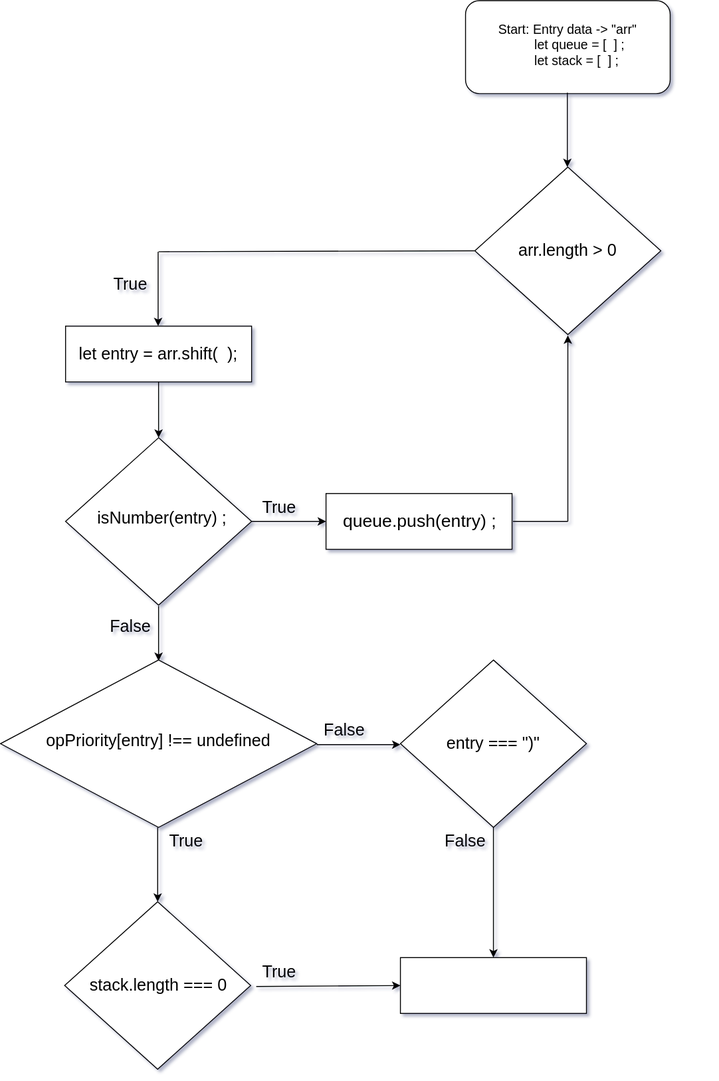
Above: Untitled Diagram.drawio.svg in jcgm3205/jcgm3205 (draw.io), before the change. Source tidied: cells renumbered, new cells last; positions are measured from the earlier drawing's top-left corner, leaving out a move shared by most shapes.
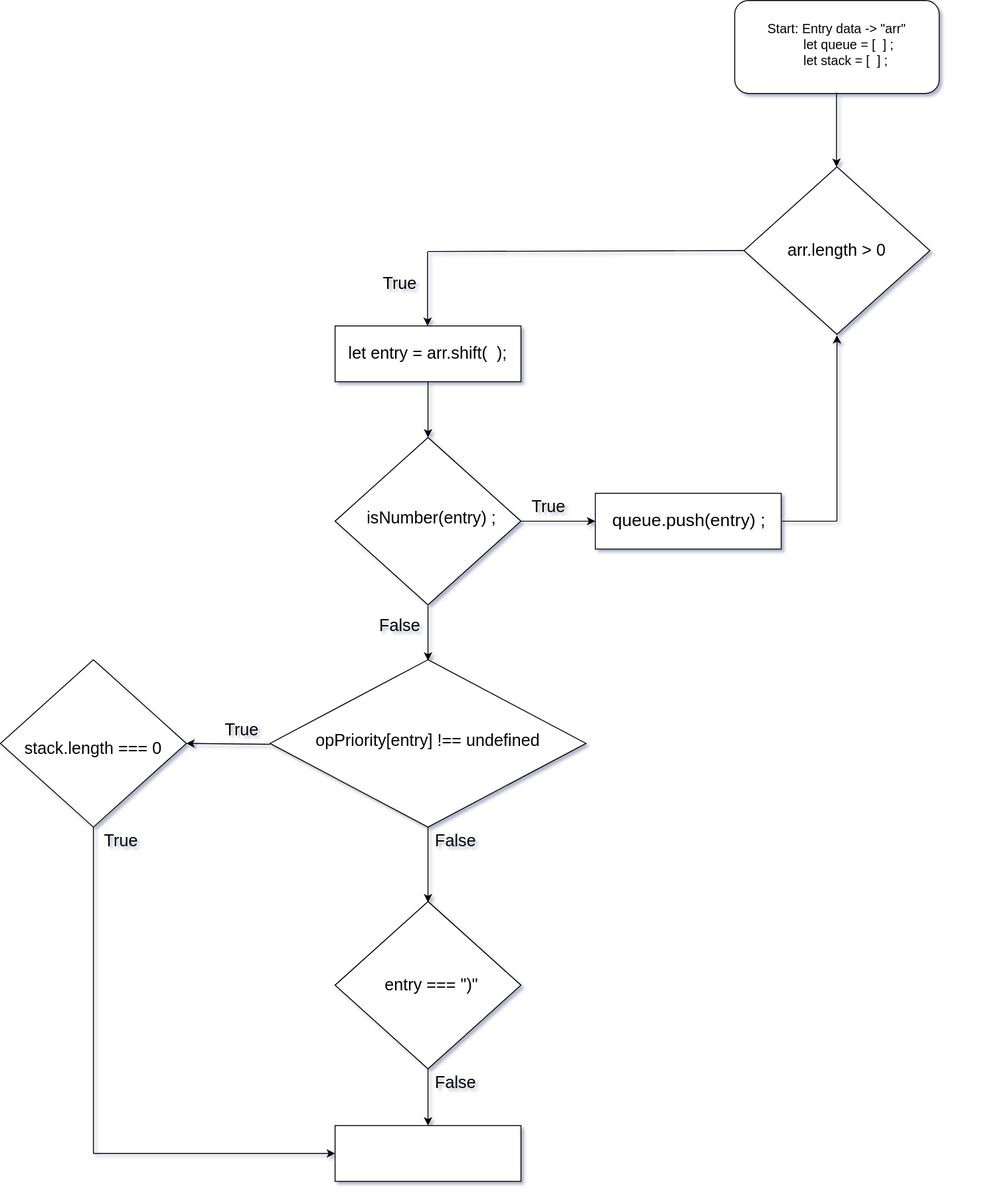
Above is the later version.

What changed in the source:
```diff
@@ -56,14 +56,13 @@
     <mxCell id="16" value="opPriority[entry] !== undefined" style="text;html=1;strokeColor=none;fillColor=none;align=center;verticalAlign=middle;whiteSpace=wrap;rounded=0;fontSize=18;" parent="1" vertex="1">
       <mxGeometry x="40" y="756" width="260" height="80" as="geometry" />
     </mxCell>
-    <mxCell id="17" style="endArrow=classic;html=1;rounded=0;fontSize=18;" parent="1" edge="1">
+    <mxCell id="17" style="endArrow=classic;html=1;rounded=0;fontSize=18;entryX=1;entryY=0.5;entryDx=0;entryDy=0;" parent="1" edge="1" target="18">
       <mxGeometry relative="1" as="geometry">
-        <mxPoint x="169" y="889" as="sourcePoint" />
-        <mxPoint x="169" y="969" as="targetPoint" />
+        <mxPoint y="800" as="sourcePoint" />
       </mxGeometry>
     </mxCell>
     <mxCell id="18" style="rhombus;whiteSpace=wrap;html=1;fontSize=14;" parent="1" vertex="1">
-      <mxGeometry x="69" y="969" width="200" height="180" as="geometry" />
+      <mxGeometry x="-290" y="709" width="200" height="180" as="geometry" />
     </mxCell>
     <mxCell id="19" style="endArrow=none;html=1;rounded=0;exitX=0;exitY=0.5;exitDx=0;exitDy=0;" parent="1" edge="1" source="5">
       <mxGeometry relative="1" as="geometry">
@@ -105,43 +104,50 @@
     </mxCell>
     <mxCell id="27" style="endArrow=classic;html=1;rounded=0;fontSize=18;" parent="1" edge="1">
       <mxGeometry relative="1" as="geometry">
-        <mxPoint x="340" y="800" as="sourcePoint" />
-        <mxPoint x="430" y="800" as="targetPoint" />
+        <mxPoint x="170" y="889" as="sourcePoint" />
+        <mxPoint x="170" y="970" as="targetPoint" />
       </mxGeometry>
     </mxCell>
     <mxCell id="28" style="rhombus;whiteSpace=wrap;html=1;fontSize=14;" parent="1" vertex="1">
-      <mxGeometry x="430" y="709" width="200" height="180" as="geometry" />
+      <mxGeometry x="70" y="969" width="200" height="180" as="geometry" />
     </mxCell>
     <mxCell id="29" value="entry === &quot;)&quot;" style="text;html=1;strokeColor=none;fillColor=none;align=center;verticalAlign=middle;whiteSpace=wrap;rounded=0;fontSize=18;" parent="1" vertex="1">
-      <mxGeometry x="450" y="749" width="160" height="100" as="geometry" />
+      <mxGeometry x="94" y="1009" width="160" height="100" as="geometry" />
     </mxCell>
     <mxCell id="30" value="False" style="text;html=1;strokeColor=none;fillColor=none;align=center;verticalAlign=middle;whiteSpace=wrap;rounded=0;fontSize=18;" parent="1" vertex="1">
-      <mxGeometry x="340" y="770" width="60" height="30" as="geometry" />
+      <mxGeometry x="170" y="889" width="60" height="30" as="geometry" />
     </mxCell>
     <mxCell id="31" value="False" style="text;html=1;strokeColor=none;fillColor=none;align=center;verticalAlign=middle;whiteSpace=wrap;rounded=0;fontSize=18;" parent="1" vertex="1">
-      <mxGeometry x="470" y="889" width="60" height="30" as="geometry" />
+      <mxGeometry x="170" y="1149" width="60" height="30" as="geometry" />
     </mxCell>
-    <mxCell id="32" style="endArrow=classic;html=1;rounded=0;fontSize=18;entryX=0.5;entryY=0;entryDx=0;entryDy=0;" parent="1" edge="1" target="33">
+    <mxCell id="32" style="endArrow=classic;html=1;rounded=0;fontSize=18;" parent="1" edge="1">
       <mxGeometry relative="1" as="geometry">
-        <mxPoint x="530" y="889" as="sourcePoint" />
+        <mxPoint x="170" y="1149" as="sourcePoint" />
+        <mxPoint x="170" y="1210" as="targetPoint" />
       </mxGeometry>
     </mxCell>
     <mxCell id="33" style="rounded=0;whiteSpace=wrap;html=1;fontSize=18;" parent="1" vertex="1">
-      <mxGeometry x="430" y="1029" width="200" height="60" as="geometry" />
+      <mxGeometry x="70" y="1210" width="200" height="60" as="geometry" />
     </mxCell>
     <mxCell id="34" value="&lt;font style=&quot;font-size: 18px&quot;&gt;stack.length === 0&lt;/font&gt;" style="text;html=1;strokeColor=none;fillColor=none;align=center;verticalAlign=middle;whiteSpace=wrap;rounded=0;fontSize=15;strokeWidth=2;" parent="1" vertex="1">
-      <mxGeometry x="80" y="1044" width="180" height="30" as="geometry" />
+      <mxGeometry x="-280" y="790" width="180" height="30" as="geometry" />
     </mxCell>
     <mxCell id="35" value="True" style="text;html=1;strokeColor=none;fillColor=none;align=center;verticalAlign=middle;whiteSpace=wrap;rounded=0;fontSize=18;" parent="1" vertex="1">
-      <mxGeometry x="170" y="889" width="60" height="30" as="geometry" />
+      <mxGeometry x="-60" y="770" width="60" height="30" as="geometry" />
     </mxCell>
     <mxCell id="36" value="True" style="text;html=1;strokeColor=none;fillColor=none;align=center;verticalAlign=middle;whiteSpace=wrap;rounded=0;fontSize=18;" parent="1" vertex="1">
-      <mxGeometry x="270" y="1030" width="60" height="30" as="geometry" />
+      <mxGeometry x="-190" y="889" width="60" height="30" as="geometry" />
     </mxCell>
-    <mxCell id="37" style="endArrow=classic;html=1;rounded=0;fontSize=18;entryX=0;entryY=0.5;entryDx=0;entryDy=0;" parent="1" edge="1" target="33">
-      <mxGeometry relative="1" as="geometry">
-        <mxPoint x="275" y="1060" as="sourcePoint" />
-      </mxGeometry>
-    </mxCell>
+    <mxCell id="38" style="endArrow=none;html=1;rounded=0;fontSize=18;" parent="1" edge="1">
+      <mxGeometry relative="1" as="geometry">
+        <mxPoint x="-190" y="1240" as="sourcePoint" />
+        <mxPoint x="-190" y="889" as="targetPoint" />
+      </mxGeometry>
+    </mxCell>
+    <mxCell id="39" style="endArrow=classic;html=1;rounded=0;fontSize=18;entryX=0;entryY=0.5;entryDx=0;entryDy=0;" parent="1" edge="1" target="33">
+      <mxGeometry relative="1" as="geometry">
+        <mxPoint x="-190" y="1240" as="sourcePoint" />
+      </mxGeometry>
+    </mxCell>
   </root>
 </mxGraphModel>
```
